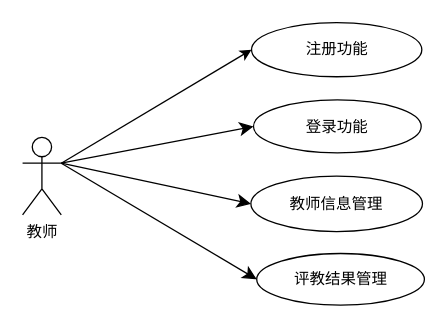
mao-user/2024code keeps this draw.io diagram as page "教师" (3 of 7) of 未命名绘图.drawio. Above is the earlier version. Source tidied: cells renumbered, new cells numbered last; positions are measured from the earlier drawing's top-left corner, leaving out a move shared by most shapes. Both pictures are drawn from the tidied source at 129%, with x=0, y=0 at pixel (22, 22).
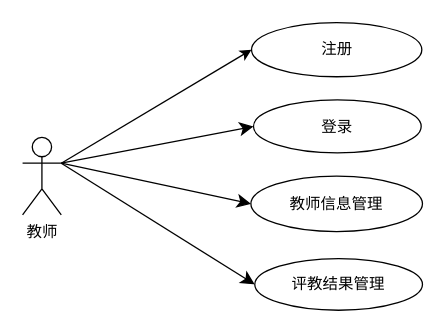
After the change.

Diff of the diagram source:
```diff
@@
 <mxGraphModel>
   <root>
     <mxCell id="0" />
     <mxCell id="1" parent="0" />
     <mxCell id="2" style="edgeStyle=none;curved=1;rounded=0;jettySize=auto;html=1;exitX=1;exitY=0.3333333333333333;exitDx=0;exitDy=0;exitPerimeter=0;entryX=0;entryY=0.5;entryDx=0;entryDy=0;fontSize=12;startSize=8;endSize=8;" parent="1" edge="1" source="6" target="7">
       <mxGeometry relative="1" as="geometry" />
     </mxCell>
     <mxCell id="3" style="edgeStyle=none;curved=1;rounded=0;jettySize=auto;html=1;exitX=1;exitY=0.3333333333333333;exitDx=0;exitDy=0;exitPerimeter=0;entryX=0;entryY=0.5;entryDx=0;entryDy=0;fontSize=12;startSize=8;endSize=8;" parent="1" edge="1" source="6" target="8">
       <mxGeometry relative="1" as="geometry" />
     </mxCell>
     <mxCell id="4" style="edgeStyle=none;curved=1;rounded=0;jettySize=auto;html=1;exitX=1;exitY=0.3333333333333333;exitDx=0;exitDy=0;exitPerimeter=0;entryX=0;entryY=0.5;entryDx=0;entryDy=0;fontSize=12;startSize=8;endSize=8;" parent="1" edge="1" source="6" target="9">
       <mxGeometry relative="1" as="geometry" />
     </mxCell>
     <mxCell id="5" style="edgeStyle=none;rounded=0;jettySize=auto;html=1;exitX=1;exitY=0.3333333333333333;exitDx=0;exitDy=0;exitPerimeter=0;entryX=0;entryY=0.5;entryDx=0;entryDy=0;" parent="1" edge="1" source="6" target="10">
       <mxGeometry relative="1" as="geometry" />
     </mxCell>
     <mxCell id="6" value="教师" style="shape=umlActor;verticalLabelPosition=bottom;verticalAlign=top;html=1;outlineConnect=0;" parent="1" vertex="1">
       <mxGeometry y="89" width="30" height="60" as="geometry" />
     </mxCell>
     <mxCell id="7" value="教师信息管理" style="ellipse;whiteSpace=wrap;html=1;" parent="1" vertex="1">
       <mxGeometry x="177" y="119" width="133" height="43" as="geometry" />
     </mxCell>
     <mxCell id="8" value="评教结果管理" style="ellipse;whiteSpace=wrap;html=1;" parent="1" vertex="1">
-      <mxGeometry x="181.5" y="179" width="130" height="40" as="geometry" />
+      <mxGeometry x="180" y="183" width="130" height="40" as="geometry" />
     </mxCell>
-    <mxCell id="9" value="登录功能" style="ellipse;whiteSpace=wrap;html=1;" parent="1" vertex="1">
+    <mxCell id="9" value="登录" style="ellipse;whiteSpace=wrap;html=1;" parent="1" vertex="1">
       <mxGeometry x="179" y="60" width="130" height="41" as="geometry" />
     </mxCell>
-    <mxCell id="10" value="注册功能" style="ellipse;whiteSpace=wrap;html=1;" parent="1" vertex="1">
+    <mxCell id="10" value="注册" style="ellipse;whiteSpace=wrap;html=1;" parent="1" vertex="1">
       <mxGeometry x="177.5" width="132" height="42" as="geometry" />
     </mxCell>
   </root>
 </mxGraphModel>
```
